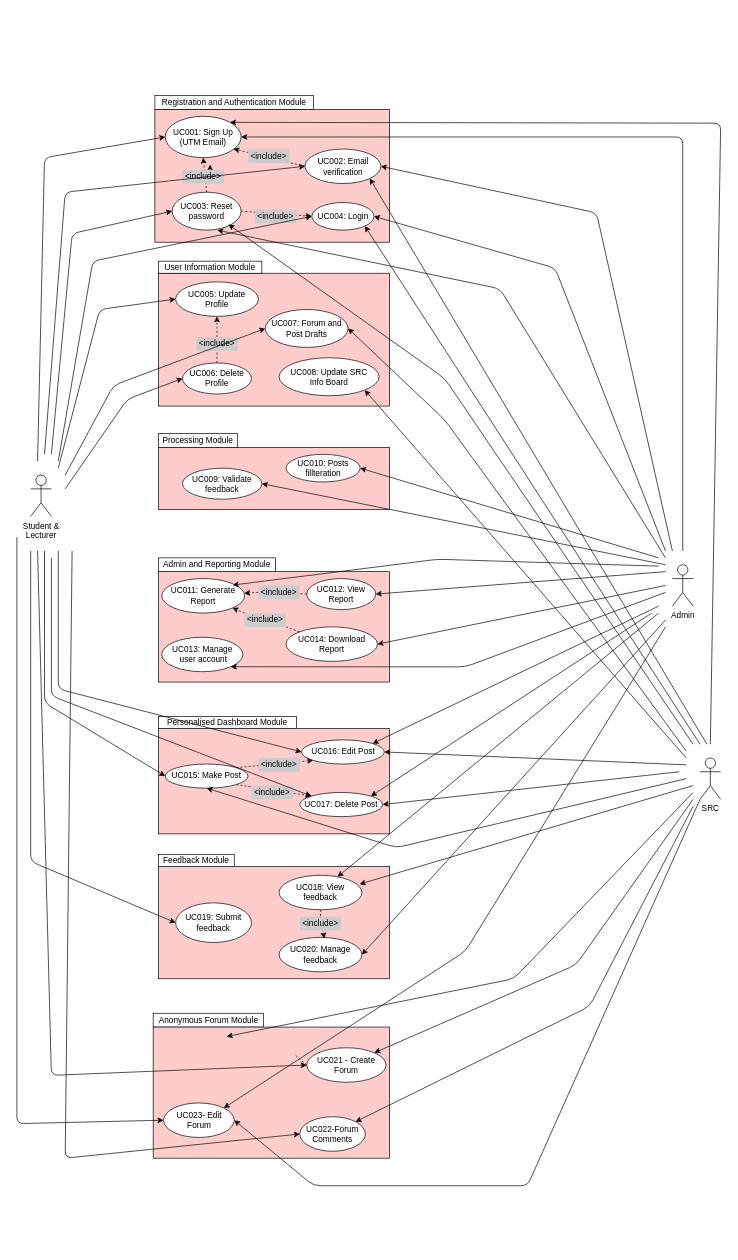
Before: project/drawio/Systema/uml.drawio in drshahizan/software-engineering, a draw.io diagram. Source tidied: cells renumbered, new cells numbered last; positions are measured from the earlier drawing's top-left corner, leaving out a move shared by most shapes. Both pictures are drawn from the tidied source at 69%, with x=0, y=0 at pixel (17, 95).
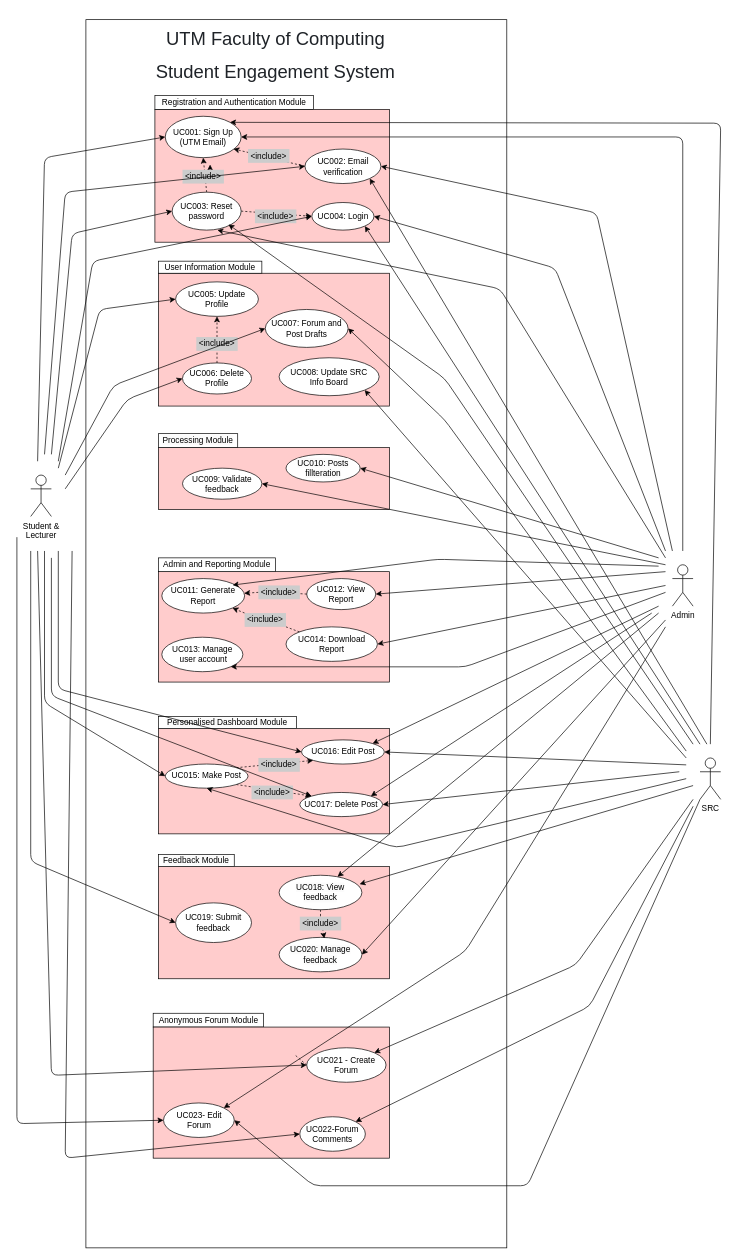
The same page after the edit.

The edit, as a diff of the source:
```diff
@@
+    <mxCell id="110" style="rounded=0;whiteSpace=wrap;html=1;" parent="1" vertex="1">
+      <mxGeometry x="100" y="-110" width="610" height="1780" as="geometry" />
+    </mxCell>
@@
-    <mxCell id="102" style="edgeStyle=none;html=1;entryX=1;entryY=0;entryDx=0;entryDy=0;" parent="1" edge="1">
-      <mxGeometry relative="1" as="geometry">
-        <mxPoint x="980" y="1010" as="sourcePoint" />
-        <mxPoint x="304" y="1363.7" as="targetPoint" />
-        <Array as="points">
-          <mxPoint x="720" y="1280" />
-        </Array>
-      </mxGeometry>
-    </mxCell>
@@
+    <mxCell id="111" value="&lt;span id=&quot;docs-internal-guid-2df2812c-7fff-d0e8-8f27-13e273a5526e&quot;&gt;&lt;br&gt;&lt;p style=&quot;line-height: 1.8; margin-top: 0pt; margin-bottom: 0pt;&quot; dir=&quot;ltr&quot;&gt;&lt;span style=&quot;font-size: 20pt; font-family: Arial; color: rgb(31, 35, 40); background-color: rgb(255, 255, 255); font-variant-numeric: normal; font-variant-east-asian: normal; vertical-align: baseline;&quot;&gt;UTM Faculty of Computing Student Engagement System&lt;/span&gt;&lt;/p&gt;&lt;div&gt;&lt;span style=&quot;font-size: 20pt; font-family: Arial; color: rgb(31, 35, 40); background-color: rgb(255, 255, 255); font-variant-numeric: normal; font-variant-east-asian: normal; vertical-align: baseline;&quot;&gt;&lt;br&gt;&lt;/span&gt;&lt;/div&gt;&lt;/span&gt;" style="text;html=1;strokeColor=none;fillColor=none;align=center;verticalAlign=middle;whiteSpace=wrap;rounded=0;" parent="1" vertex="1">
+      <mxGeometry x="200" y="-100" width="350" height="100" as="geometry" />
+    </mxCell>
```
